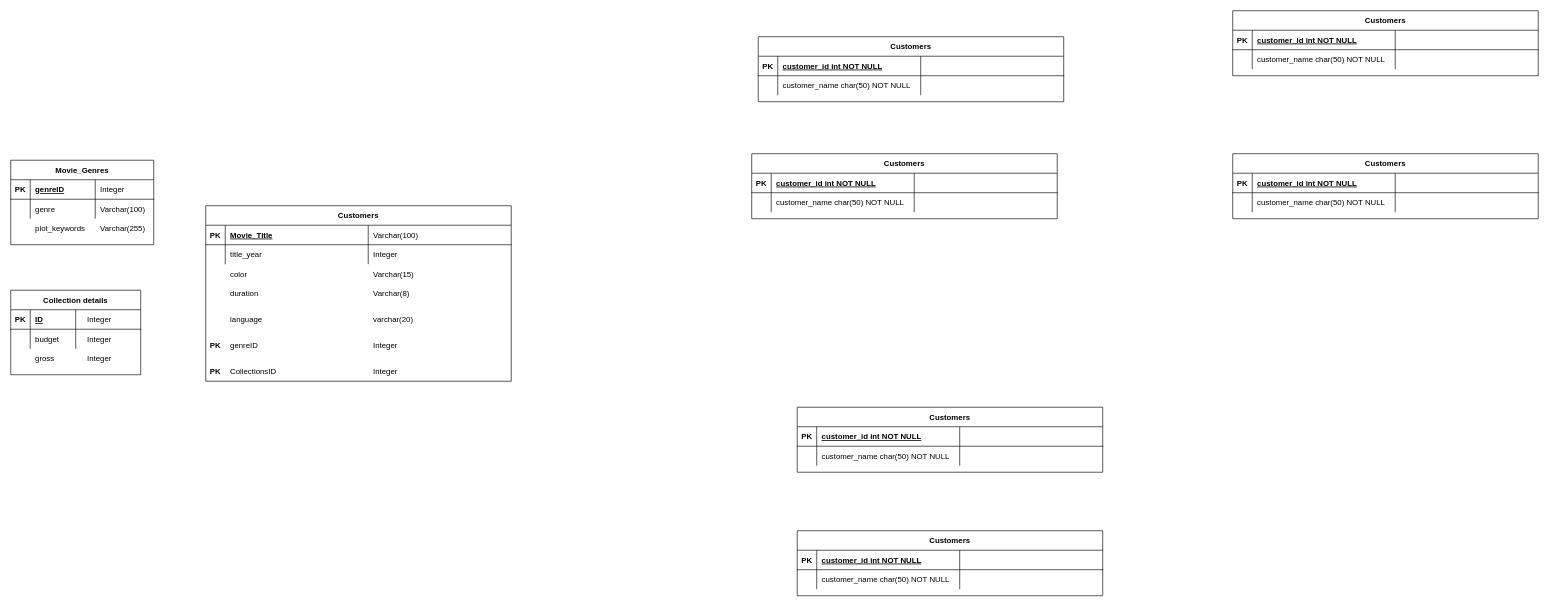
lavakumarreddy21/AnalyticsVidya_Assignment_Tableau keeps this draw.io diagram as GunnamLavakumarreddy_Module1_ERD.drawio. Above is the earlier version. Source tidied: cells renumbered, new cells numbered last; positions are measured from the earlier drawing's top-left corner, leaving out a move shared by most shapes. Both pictures are drawn from the tidied source at 65%, with x=0, y=0 at pixel (10, 10).
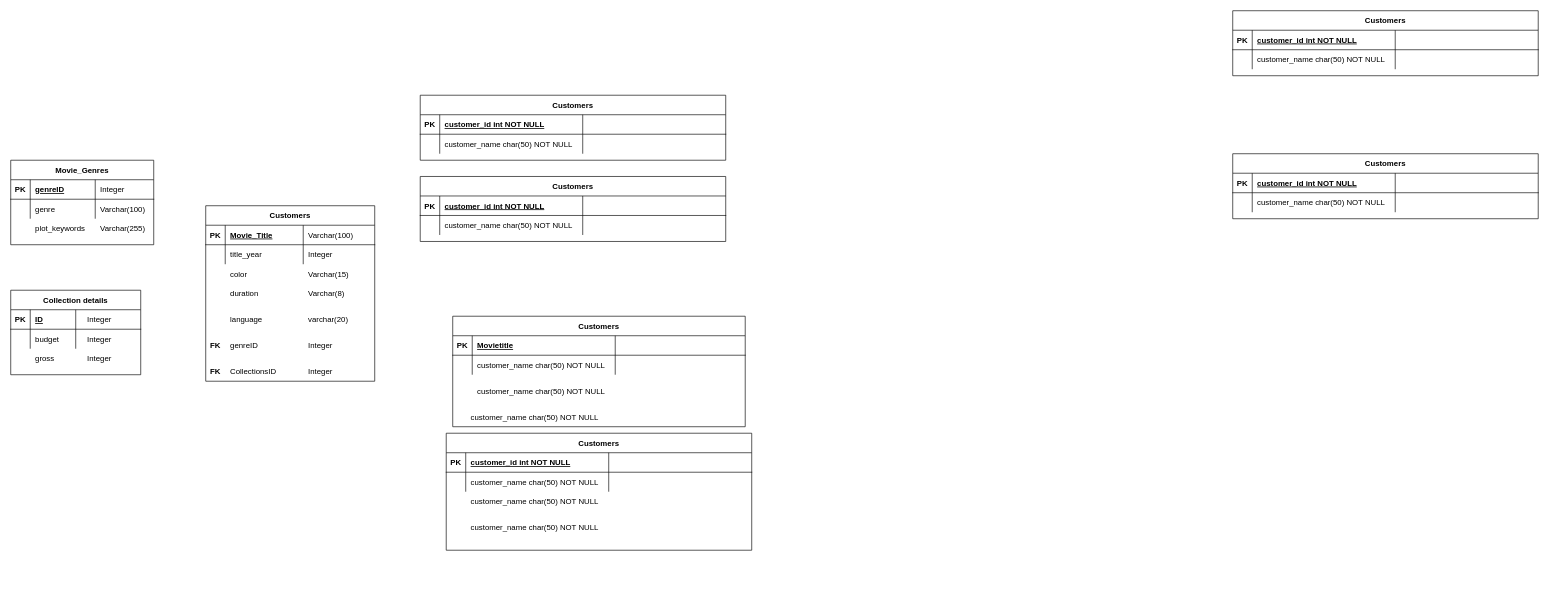
The same diagram, later.

Diff of the diagram source:
```diff
@@
+    <mxCell id="74" value="Customers" style="shape=table;startSize=30;childLayout=tableLayout;rowLines=0;fontStyle=1;align=center;" parent="1" vertex="1">
+      <mxGeometry x="670" y="650" width="470" height="180" as="geometry" />
+    </mxCell>
+    <mxCell id="75" style="shape=partialRectangle;fillColor=none;top=0;left=0;right=0;bottom=1;" parent="74" vertex="1">
+      <mxGeometry y="30" width="470" height="30" as="geometry" />
+    </mxCell>
+    <mxCell id="76" value="PK" style="shape=partialRectangle;overflow=hidden;fillColor=none;top=0;left=0;bottom=0;right=0;fontStyle=1;" parent="75" vertex="1">
+      <mxGeometry width="30" height="30" as="geometry" />
+    </mxCell>
+    <mxCell id="77" value="customer_id int NOT NULL " style="shape=partialRectangle;overflow=hidden;fillColor=none;top=0;left=0;bottom=0;right=0;align=left;spacingLeft=6;fontStyle=5;" parent="75" vertex="1">
+      <mxGeometry x="30" width="220" height="30" as="geometry" />
+    </mxCell>
+    <mxCell id="78" style="shape=partialRectangle;overflow=hidden;fillColor=none;top=0;left=0;bottom=0;right=0;align=left;spacingLeft=6;fontStyle=5;" parent="75" vertex="1">
+      <mxGeometry x="250" width="220" height="30" as="geometry" />
+    </mxCell>
+    <mxCell id="79" style="shape=partialRectangle;fillColor=none;top=0;left=0;right=0;bottom=0;" parent="74" vertex="1">
+      <mxGeometry y="60" width="470" height="30" as="geometry" />
+    </mxCell>
+    <mxCell id="80" style="shape=partialRectangle;overflow=hidden;fillColor=none;top=0;left=0;bottom=0;right=0;" parent="79" vertex="1">
+      <mxGeometry width="30" height="30" as="geometry" />
+    </mxCell>
+    <mxCell id="81" value="customer_name char(50) NOT NULL" style="shape=partialRectangle;overflow=hidden;fillColor=none;top=0;left=0;bottom=0;right=0;align=left;spacingLeft=6;" parent="79" vertex="1">
+      <mxGeometry x="30" width="220" height="30" as="geometry" />
+    </mxCell>
+    <mxCell id="82" style="shape=partialRectangle;overflow=hidden;fillColor=none;top=0;left=0;bottom=0;right=0;align=left;spacingLeft=6;" parent="79" vertex="1">
+      <mxGeometry x="250" width="220" height="30" as="geometry" />
+    </mxCell>
@@
     <mxCell id="20" value="Customers" style="shape=table;startSize=30;childLayout=tableLayout;rowLines=0;fontStyle=1;align=center;" parent="1" vertex="1">
-      <mxGeometry x="300" y="300" width="470" height="270" as="geometry" />
+      <mxGeometry x="300" y="300" width="260" height="270" as="geometry" />
     </mxCell>
     <mxCell id="21" style="shape=partialRectangle;fillColor=none;top=0;left=0;right=0;bottom=1;" parent="20" vertex="1">
-      <mxGeometry y="30" width="470" height="30" as="geometry" />
+      <mxGeometry y="30" width="260" height="30" as="geometry" />
     </mxCell>
@@
     <mxCell id="23" value="Movie_Title" style="shape=partialRectangle;overflow=hidden;fillColor=none;top=0;left=0;bottom=0;right=0;align=left;spacingLeft=6;fontStyle=5;" parent="21" vertex="1">
-      <mxGeometry x="30" width="220" height="30" as="geometry" />
+      <mxGeometry x="30" width="120" height="30" as="geometry" />
     </mxCell>
     <mxCell id="24" style="shape=partialRectangle;overflow=hidden;fillColor=none;top=0;left=0;bottom=0;right=0;align=left;spacingLeft=6;fontStyle=5;" parent="21" vertex="1">
-      <mxGeometry x="250" width="220" height="30" as="geometry" />
+      <mxGeometry x="150" width="110" height="30" as="geometry" />
     </mxCell>
     <mxCell id="25" style="shape=partialRectangle;fillColor=none;top=0;left=0;right=0;bottom=0;" parent="20" vertex="1">
-      <mxGeometry y="60" width="470" height="30" as="geometry" />
+      <mxGeometry y="60" width="260" height="30" as="geometry" />
     </mxCell>
@@
     <mxCell id="27" value="title_year" style="shape=partialRectangle;overflow=hidden;fillColor=none;top=0;left=0;bottom=0;right=0;align=left;spacingLeft=6;" parent="25" vertex="1">
-      <mxGeometry x="30" width="220" height="30" as="geometry" />
+      <mxGeometry x="30" width="120" height="30" as="geometry" />
     </mxCell>
     <mxCell id="28" style="shape=partialRectangle;overflow=hidden;fillColor=none;top=0;left=0;bottom=0;right=0;align=left;spacingLeft=6;" parent="25" vertex="1">
-      <mxGeometry x="250" width="220" height="30" as="geometry" />
+      <mxGeometry x="150" width="110" height="30" as="geometry" />
     </mxCell>
     <mxCell id="29" value="Customers" style="shape=table;startSize=30;childLayout=tableLayout;rowLines=0;fontStyle=1;align=center;" parent="1" vertex="1">
-      <mxGeometry x="1140" y="220" width="470" height="100" as="geometry" />
+      <mxGeometry x="630" y="255" width="470" height="100" as="geometry" />
     </mxCell>
@@
     <mxCell id="38" value="Customers" style="shape=table;startSize=30;childLayout=tableLayout;rowLines=0;fontStyle=1;align=center;" parent="1" vertex="1">
-      <mxGeometry x="1150" y="40" width="470" height="100" as="geometry" />
+      <mxGeometry x="630" y="130" width="470" height="100" as="geometry" />
     </mxCell>
@@
     <mxCell id="65" value="Customers" style="shape=table;startSize=30;childLayout=tableLayout;rowLines=0;fontStyle=1;align=center;" parent="1" vertex="1">
-      <mxGeometry x="1210" y="610" width="470" height="100" as="geometry" />
+      <mxGeometry x="680" y="470" width="450" height="170" as="geometry" />
     </mxCell>
     <mxCell id="66" style="shape=partialRectangle;fillColor=none;top=0;left=0;right=0;bottom=1;" parent="65" vertex="1">
-      <mxGeometry y="30" width="470" height="30" as="geometry" />
+      <mxGeometry y="30" width="450" height="30" as="geometry" />
     </mxCell>
@@
-    <mxCell id="68" value="customer_id int NOT NULL " style="shape=partialRectangle;overflow=hidden;fillColor=none;top=0;left=0;bottom=0;right=0;align=left;spacingLeft=6;fontStyle=5;" parent="66" vertex="1">
+    <mxCell id="68" value="Movietitle" style="shape=partialRectangle;overflow=hidden;fillColor=none;top=0;left=0;bottom=0;right=0;align=left;spacingLeft=6;fontStyle=5;" parent="66" vertex="1">
       <mxGeometry x="30" width="220" height="30" as="geometry" />
     </mxCell>
     <mxCell id="69" style="shape=partialRectangle;overflow=hidden;fillColor=none;top=0;left=0;bottom=0;right=0;align=left;spacingLeft=6;fontStyle=5;" parent="66" vertex="1">
-      <mxGeometry x="250" width="220" height="30" as="geometry" />
+      <mxGeometry x="250" width="200" height="30" as="geometry" />
     </mxCell>
     <mxCell id="70" style="shape=partialRectangle;fillColor=none;top=0;left=0;right=0;bottom=0;" parent="65" vertex="1">
-      <mxGeometry y="60" width="470" height="30" as="geometry" />
+      <mxGeometry y="60" width="450" height="30" as="geometry" />
     </mxCell>
@@
     <mxCell id="73" style="shape=partialRectangle;overflow=hidden;fillColor=none;top=0;left=0;bottom=0;right=0;align=left;spacingLeft=6;" parent="70" vertex="1">
-      <mxGeometry x="250" width="220" height="30" as="geometry" />
+      <mxGeometry x="250" width="200" height="30" as="geometry" />
     </mxCell>
-    <mxCell id="74" value="Customers" style="shape=table;startSize=30;childLayout=tableLayout;rowLines=0;fontStyle=1;align=center;" parent="1" vertex="1">
-      <mxGeometry x="1210" y="800" width="470" height="100" as="geometry" />
-    </mxCell>
-    <mxCell id="75" style="shape=partialRectangle;fillColor=none;top=0;left=0;right=0;bottom=1;" parent="74" vertex="1">
-      <mxGeometry y="30" width="470" height="30" as="geometry" />
-    </mxCell>
-    <mxCell id="76" value="PK" style="shape=partialRectangle;overflow=hidden;fillColor=none;top=0;left=0;bottom=0;right=0;fontStyle=1;" parent="75" vertex="1">
-      <mxGeometry width="30" height="30" as="geometry" />
-    </mxCell>
-    <mxCell id="77" value="customer_id int NOT NULL " style="shape=partialRectangle;overflow=hidden;fillColor=none;top=0;left=0;bottom=0;right=0;align=left;spacingLeft=6;fontStyle=5;" parent="75" vertex="1">
-      <mxGeometry x="30" width="220" height="30" as="geometry" />
-    </mxCell>
-    <mxCell id="78" style="shape=partialRectangle;overflow=hidden;fillColor=none;top=0;left=0;bottom=0;right=0;align=left;spacingLeft=6;fontStyle=5;" parent="75" vertex="1">
-      <mxGeometry x="250" width="220" height="30" as="geometry" />
-    </mxCell>
-    <mxCell id="79" style="shape=partialRectangle;fillColor=none;top=0;left=0;right=0;bottom=0;" parent="74" vertex="1">
-      <mxGeometry y="60" width="470" height="30" as="geometry" />
-    </mxCell>
-    <mxCell id="80" style="shape=partialRectangle;overflow=hidden;fillColor=none;top=0;left=0;bottom=0;right=0;" parent="79" vertex="1">
-      <mxGeometry width="30" height="30" as="geometry" />
-    </mxCell>
-    <mxCell id="81" value="customer_name char(50) NOT NULL" style="shape=partialRectangle;overflow=hidden;fillColor=none;top=0;left=0;bottom=0;right=0;align=left;spacingLeft=6;" parent="79" vertex="1">
-      <mxGeometry x="30" width="220" height="30" as="geometry" />
-    </mxCell>
-    <mxCell id="82" style="shape=partialRectangle;overflow=hidden;fillColor=none;top=0;left=0;bottom=0;right=0;align=left;spacingLeft=6;" parent="79" vertex="1">
-      <mxGeometry x="250" width="220" height="30" as="geometry" />
-    </mxCell>
@@
     <mxCell id="104" value="Varchar(15)" style="shape=partialRectangle;overflow=hidden;fillColor=none;top=0;left=0;bottom=0;right=0;align=left;spacingLeft=6;" parent="1" vertex="1">
-      <mxGeometry x="550" y="390" width="220" height="30" as="geometry" />
+      <mxGeometry x="450" y="390" width="220" height="30" as="geometry" />
     </mxCell>
     <mxCell id="105" value="Integer" style="shape=partialRectangle;overflow=hidden;fillColor=none;top=0;left=0;bottom=0;right=0;align=left;spacingLeft=6;" parent="1" vertex="1">
-      <mxGeometry x="550" y="360" width="220" height="30" as="geometry" />
+      <mxGeometry x="450" y="360" width="220" height="30" as="geometry" />
     </mxCell>
     <mxCell id="106" value="varchar(20)" style="shape=partialRectangle;overflow=hidden;fillColor=none;top=0;left=0;bottom=0;right=0;align=left;spacingLeft=6;" parent="1" vertex="1">
-      <mxGeometry x="550" y="460" width="220" height="30" as="geometry" />
+      <mxGeometry x="450" y="460" width="220" height="30" as="geometry" />
     </mxCell>
     <mxCell id="107" value="Varchar(8)" style="shape=partialRectangle;overflow=hidden;fillColor=none;top=0;left=0;bottom=0;right=0;align=left;spacingLeft=6;" parent="1" vertex="1">
-      <mxGeometry x="550" y="420" width="220" height="30" as="geometry" />
+      <mxGeometry x="450" y="420" width="220" height="30" as="geometry" />
     </mxCell>
     <mxCell id="108" value="Integer" style="shape=partialRectangle;overflow=hidden;fillColor=none;top=0;left=0;bottom=0;right=0;align=left;spacingLeft=6;" parent="1" vertex="1">
-      <mxGeometry x="550" y="500" width="220" height="30" as="geometry" />
+      <mxGeometry x="450" y="500" width="220" height="30" as="geometry" />
     </mxCell>
     <mxCell id="109" value="Integer" style="shape=partialRectangle;overflow=hidden;fillColor=none;top=0;left=0;bottom=0;right=0;align=left;spacingLeft=6;" parent="1" vertex="1">
-      <mxGeometry x="550" y="540" width="220" height="30" as="geometry" />
+      <mxGeometry x="450" y="540" width="220" height="30" as="geometry" />
     </mxCell>
     <mxCell id="110" value="Varchar(100)" style="shape=partialRectangle;overflow=hidden;fillColor=none;top=0;left=0;bottom=0;right=0;align=left;spacingLeft=6;" parent="1" vertex="1">
-      <mxGeometry x="550" y="330" width="220" height="30" as="geometry" />
+      <mxGeometry x="450" y="330" width="220" height="30" as="geometry" />
     </mxCell>
@@
-    <mxCell id="115" value="PK" style="shape=partialRectangle;overflow=hidden;fillColor=none;top=0;left=0;bottom=0;right=0;fontStyle=1;" parent="1" vertex="1">
+    <mxCell id="115" value="FK" style="shape=partialRectangle;overflow=hidden;fillColor=none;top=0;left=0;bottom=0;right=0;fontStyle=1;" parent="1" vertex="1">
       <mxGeometry x="300" y="500" width="30" height="30" as="geometry" />
     </mxCell>
-    <mxCell id="116" value="PK" style="shape=partialRectangle;overflow=hidden;fillColor=none;top=0;left=0;bottom=0;right=0;fontStyle=1;" parent="1" vertex="1">
+    <mxCell id="116" value="FK" style="shape=partialRectangle;overflow=hidden;fillColor=none;top=0;left=0;bottom=0;right=0;fontStyle=1;" parent="1" vertex="1">
       <mxGeometry x="300" y="540" width="30" height="30" as="geometry" />
     </mxCell>
+    <mxCell id="117" value="customer_name char(50) NOT NULL" style="shape=partialRectangle;overflow=hidden;fillColor=none;top=0;left=0;bottom=0;right=0;align=left;spacingLeft=6;" parent="1" vertex="1">
+      <mxGeometry x="700" y="740" width="220" height="30" as="geometry" />
+    </mxCell>
+    <mxCell id="118" value="customer_name char(50) NOT NULL" style="shape=partialRectangle;overflow=hidden;fillColor=none;top=0;left=0;bottom=0;right=0;align=left;spacingLeft=6;" parent="1" vertex="1">
+      <mxGeometry x="700" y="780" width="220" height="30" as="geometry" />
+    </mxCell>
+    <mxCell id="119" value="customer_name char(50) NOT NULL" style="shape=partialRectangle;overflow=hidden;fillColor=none;top=0;left=0;bottom=0;right=0;align=left;spacingLeft=6;" parent="1" vertex="1">
+      <mxGeometry x="700" y="610" width="220" height="30" as="geometry" />
+    </mxCell>
+    <mxCell id="120" value="customer_name char(50) NOT NULL" style="shape=partialRectangle;overflow=hidden;fillColor=none;top=0;left=0;bottom=0;right=0;align=left;spacingLeft=6;" parent="1" vertex="1">
+      <mxGeometry x="710" y="570" width="220" height="30" as="geometry" />
+    </mxCell>
```
